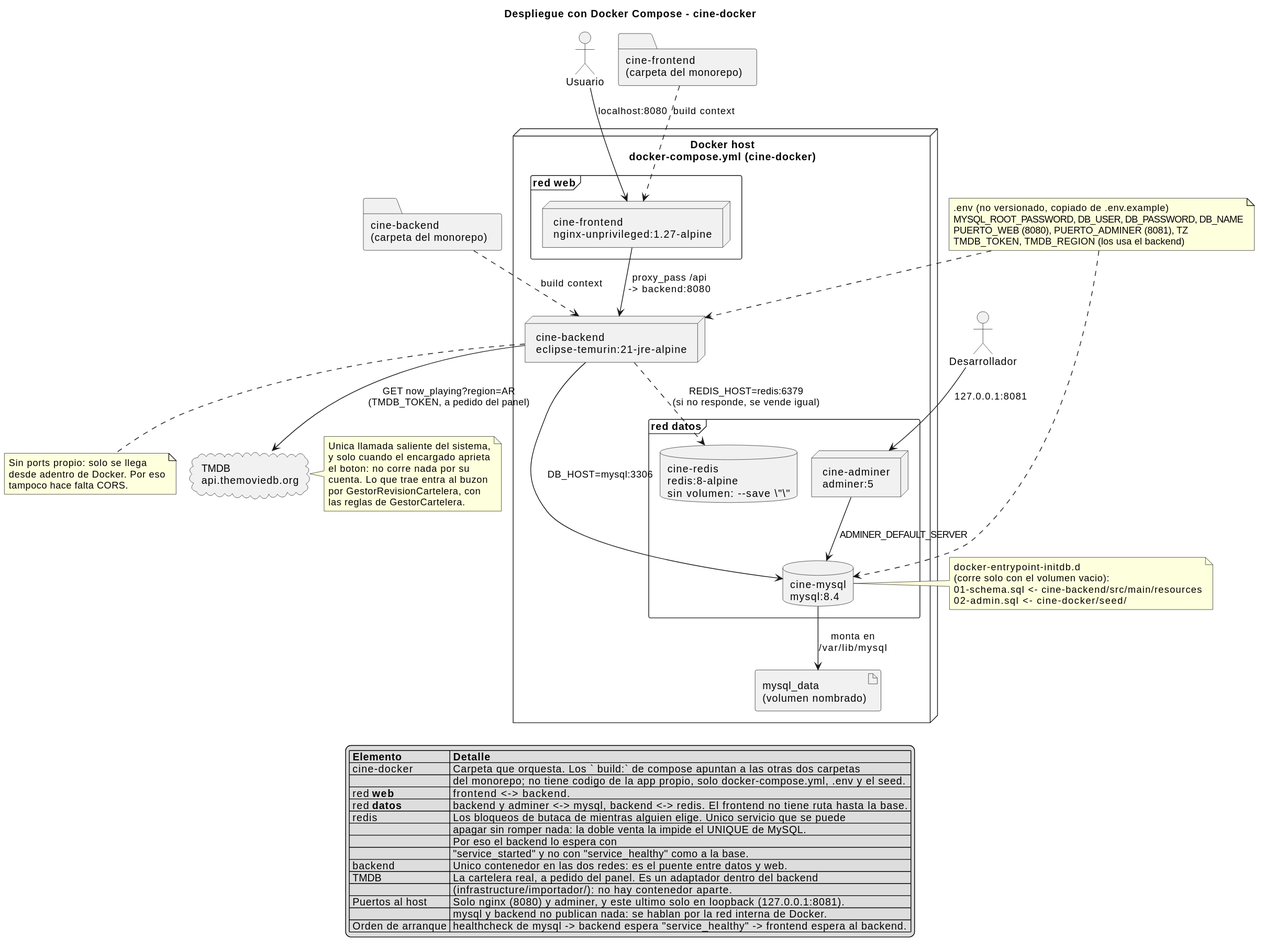
Before: _other/docs/diagramas/docker-despliegue.svg, a diagram exported from PlantUML (andreiveisuade/cine-uade).
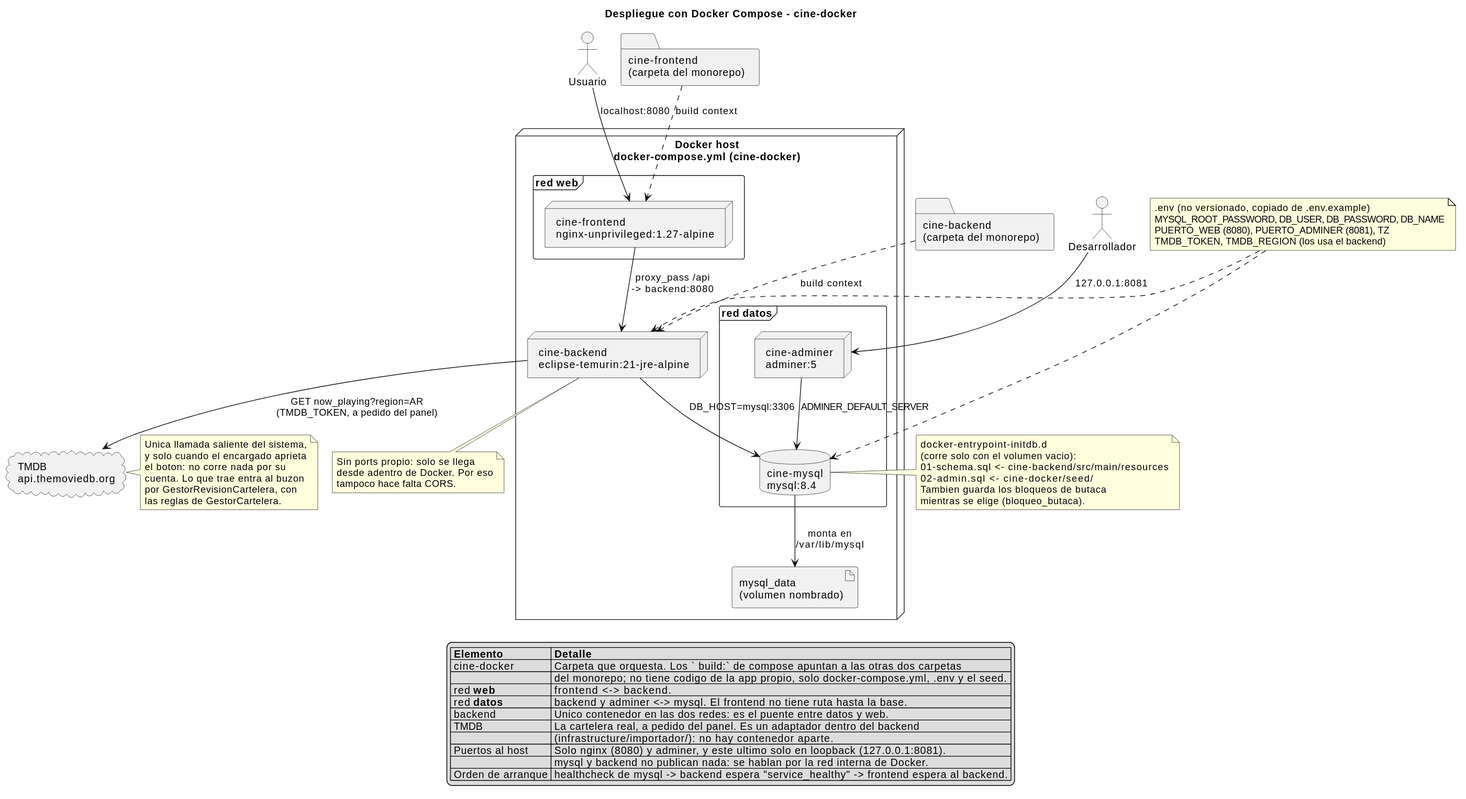
The same diagram one commit later.

The edit, as a diff of the source:
```diff
@@ -18,7 +18,6 @@
 
   frame "red **datos**" {
     database "cine-mysql\nmysql:8.4" as mysql
-    database "cine-redis\nredis:8-alpine\nsin volumen: --save \"\"" as redis
     node "cine-adminer\nadminer:5" as adminer
   }
 
@@ -37,7 +36,6 @@
 frontend --> backend : proxy_pass /api\n-> backend:8080
 backend --> tmdb : GET now_playing?region=AR\n(TMDB_TOKEN, a pedido del panel)
 backend --> mysql : DB_HOST=mysql:3306
-backend ..> redis : REDIS_HOST=redis:6379\n(si no responde, se vende igual)
 adminer --> mysql : ADMINER_DEFAULT_SERVER
 mysql --> vol : monta en\n/var/lib/mysql
 
@@ -46,6 +44,8 @@
   (corre solo con el volumen vacio):
   01-schema.sql <- cine-backend/src/main/resources
   02-admin.sql  <- cine-docker/seed/
+  Tambien guarda los bloqueos de butaca
+  mientras se elige (bloqueo_butaca).
 end note
 
 note bottom of backend
@@ -77,11 +77,7 @@
   | cine-docker | Carpeta que orquesta. Los ` build:` de compose apuntan a las otras dos carpetas |
   |  | del monorepo; no tiene codigo de la app propio, solo docker-compose.yml, .env y el seed. |
   | red **web** | frontend <-> backend. |
-  | red **datos** | backend y adminer <-> mysql, backend <-> redis. El frontend no tiene ruta hasta la base. |
-  | redis | Los bloqueos de butaca de mientras alguien elige. Unico servicio que se puede |
-  |  | apagar sin romper nada: la doble venta la impide el UNIQUE de MySQL. |
-  |  | Por eso el backend lo espera con |
-  |  | "service_started" y no con "service_healthy" como a la base. |
+  | red **datos** | backend y adminer <-> mysql. El frontend no tiene ruta hasta la base. |
   | backend | Unico contenedor en las dos redes: es el puente entre datos y web. |
   | TMDB | La cartelera real, a pedido del panel. Es un adaptador dentro del backend |
   |  | (infrastructure/importador/): no hay contenedor aparte. |
```
